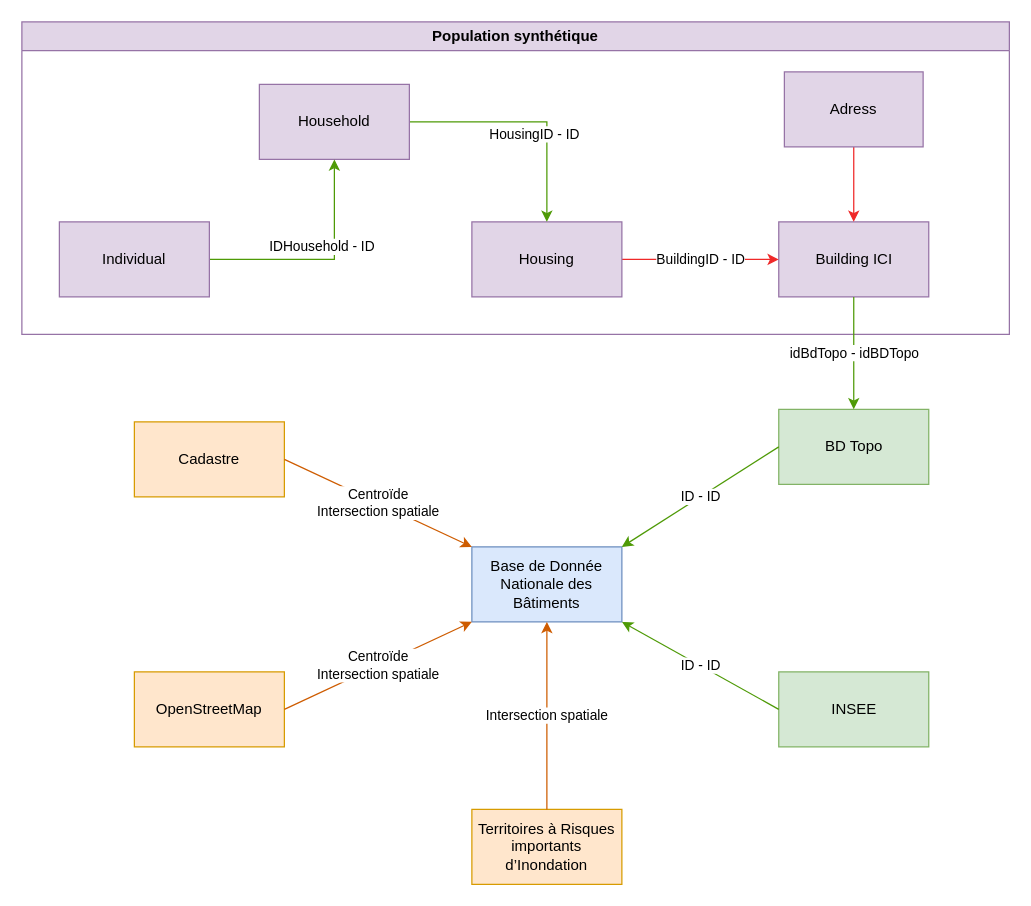
Above: liens_entre_bases.drawio in EnzoVenon/Gemini_numeriques (draw.io), before the change. Source tidied: cells renumbered, new cells numbered last; positions are measured from the earlier drawing's top-left corner, leaving out a move shared by most shapes. Both pictures are drawn from the tidied source at 125%, with x=0, y=0 at pixel (21, 21).
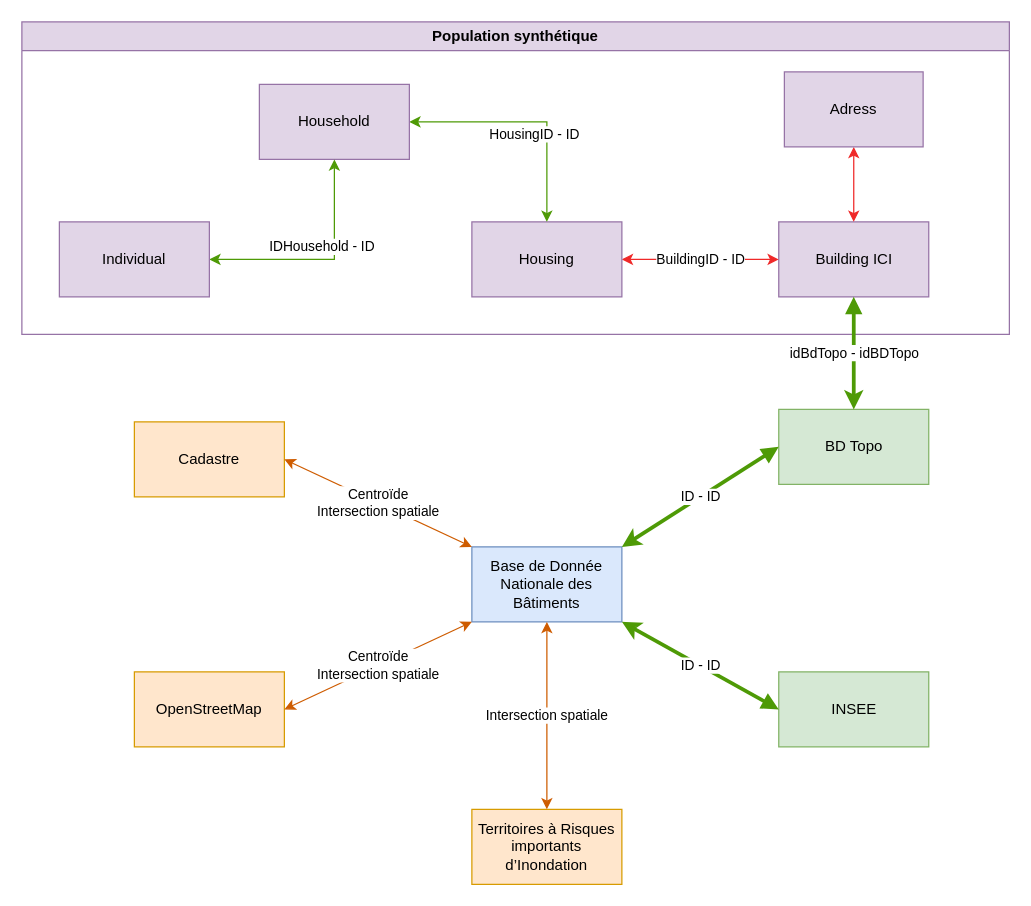
Above is the later version.

Unchanged cells that the change refers to:
```xml
<mxCell id="2" value="Base de Donnée Nationale des Bâtiments" style="rounded=0;whiteSpace=wrap;html=1;fillColor=#dae8fc;strokeColor=#6c8ebf;" parent="1" vertex="1">
  <mxGeometry x="360" y="420" width="120" height="60" as="geometry" />
</mxCell>
<mxCell id="3" value="&lt;div&gt;BD Topo&lt;/div&gt;" style="rounded=0;whiteSpace=wrap;html=1;fillColor=#d5e8d4;strokeColor=#82b366;" parent="1" vertex="1">
  <mxGeometry x="605.5" y="310" width="120" height="60" as="geometry" />
</mxCell>
<mxCell id="4" value="&lt;div&gt;Cadastre&lt;/div&gt;" style="rounded=0;whiteSpace=wrap;html=1;fillColor=#ffe6cc;strokeColor=#d79b00;" parent="1" vertex="1">
  <mxGeometry x="90" y="320" width="120" height="60" as="geometry" />
</mxCell>
<mxCell id="5" value="OpenStreetMap" style="rounded=0;whiteSpace=wrap;html=1;fillColor=#ffe6cc;strokeColor=#d79b00;" parent="1" vertex="1">
  <mxGeometry x="90" y="520" width="120" height="60" as="geometry" />
</mxCell>
<mxCell id="6" value="INSEE" style="rounded=0;whiteSpace=wrap;html=1;fillColor=#d5e8d4;strokeColor=#82b366;" parent="1" vertex="1">
  <mxGeometry x="605.5" y="520" width="120" height="60" as="geometry" />
</mxCell>
<mxCell id="7" value="Territoires à Risques importants d’Inondation" style="rounded=0;whiteSpace=wrap;html=1;fillColor=#ffe6cc;strokeColor=#d79b00;" parent="1" vertex="1">
  <mxGeometry x="360" y="630" width="120" height="60" as="geometry" />
</mxCell>
<mxCell id="13" value="Population synthétique" style="swimlane;whiteSpace=wrap;html=1;fillColor=#e1d5e7;strokeColor=#9673a6;" parent="1" vertex="1">
  <mxGeometry width="790" height="250" as="geometry" />
</mxCell>
<mxCell id="14" value="Building ICI" style="rounded=0;whiteSpace=wrap;html=1;fillColor=#e1d5e7;strokeColor=#9673a6;" parent="13" vertex="1">
  <mxGeometry x="605.5" y="160" width="120" height="60" as="geometry" />
</mxCell>
<mxCell id="16" value="Housing" style="rounded=0;whiteSpace=wrap;html=1;fillColor=#e1d5e7;strokeColor=#9673a6;" parent="13" vertex="1">
  <mxGeometry x="360" y="160" width="120" height="60" as="geometry" />
</mxCell>
<mxCell id="18" value="Household" style="rounded=0;whiteSpace=wrap;html=1;fillColor=#e1d5e7;strokeColor=#9673a6;" parent="13" vertex="1">
  <mxGeometry x="190" y="50" width="120" height="60" as="geometry" />
</mxCell>
<mxCell id="20" value="Individual" style="rounded=0;whiteSpace=wrap;html=1;fillColor=#e1d5e7;strokeColor=#9673a6;" parent="13" vertex="1">
  <mxGeometry x="30" y="160" width="120" height="60" as="geometry" />
</mxCell>
<mxCell id="22" value="Adress" style="rounded=0;whiteSpace=wrap;html=1;fillColor=#e1d5e7;strokeColor=#9673a6;" parent="13" vertex="1">
  <mxGeometry x="610" y="40" width="111" height="60" as="geometry" />
</mxCell>
```

Change to the diagram source:
```diff
@@
-    <mxCell id="8" value="&lt;div&gt;Centroïde &lt;br&gt;&lt;/div&gt;&lt;div&gt;Intersection spatiale&lt;br&gt;&lt;/div&gt;" style="endArrow=classic;html=1;rounded=0;exitX=1;exitY=0.5;exitDx=0;exitDy=0;entryX=0;entryY=0;entryDx=0;entryDy=0;strokeColor=#ce5c00;" parent="1" edge="1" source="4" target="2">
+    <mxCell id="8" value="&lt;div&gt;Centroïde &lt;br&gt;&lt;/div&gt;&lt;div&gt;Intersection spatiale&lt;br&gt;&lt;/div&gt;" style="endArrow=classic;html=1;rounded=0;exitX=1;exitY=0.5;exitDx=0;exitDy=0;entryX=0;entryY=0;entryDx=0;entryDy=0;strokeColor=#ce5c00;endFill=1;startArrow=classic;startFill=1;" parent="1" edge="1" source="4" target="2">
       <mxGeometry relative="1" as="geometry" />
     </mxCell>
-    <mxCell id="9" value="ID - ID" style="endArrow=classic;html=1;rounded=0;entryX=1;entryY=0;entryDx=0;entryDy=0;exitX=0;exitY=0.5;exitDx=0;exitDy=0;strokeColor=#4e9a06;" parent="1" edge="1" source="3" target="2">
+    <mxCell id="9" value="ID - ID" style="endArrow=classic;html=1;rounded=0;entryX=1;entryY=0;entryDx=0;entryDy=0;exitX=0;exitY=0.5;exitDx=0;exitDy=0;strokeColor=#4e9a06;strokeWidth=3;endFill=1;startArrow=block;" parent="1" edge="1" source="3" target="2">
       <mxGeometry relative="1" as="geometry" />
     </mxCell>
-    <mxCell id="10" value="Intersection spatiale" style="endArrow=classic;html=1;rounded=0;exitX=0.5;exitY=0;exitDx=0;exitDy=0;entryX=0.5;entryY=1;entryDx=0;entryDy=0;strokeColor=#ce5c00;" parent="1" edge="1" source="7" target="2">
+    <mxCell id="10" value="Intersection spatiale" style="endArrow=classic;html=1;rounded=0;exitX=0.5;exitY=0;exitDx=0;exitDy=0;entryX=0.5;entryY=1;entryDx=0;entryDy=0;strokeColor=#ce5c00;endFill=1;startArrow=classic;startFill=1;" parent="1" edge="1" source="7" target="2">
       <mxGeometry relative="1" as="geometry" />
     </mxCell>
-    <mxCell id="11" value="&lt;div&gt;Centroïde&lt;/div&gt;&lt;div&gt;Intersection spatiale&lt;br&gt;&lt;/div&gt;" style="endArrow=classic;html=1;rounded=0;exitX=1;exitY=0.5;exitDx=0;exitDy=0;entryX=0;entryY=1;entryDx=0;entryDy=0;strokeColor=#ce5c00;" parent="1" edge="1" source="5" target="2">
+    <mxCell id="11" value="&lt;div&gt;Centroïde&lt;/div&gt;&lt;div&gt;Intersection spatiale&lt;br&gt;&lt;/div&gt;" style="endArrow=classic;html=1;rounded=0;exitX=1;exitY=0.5;exitDx=0;exitDy=0;entryX=0;entryY=1;entryDx=0;entryDy=0;strokeColor=#ce5c00;endFill=1;startArrow=classic;startFill=1;" parent="1" edge="1" source="5" target="2">
       <mxGeometry relative="1" as="geometry" />
     </mxCell>
-    <mxCell id="12" value="ID - ID" style="endArrow=classic;html=1;rounded=0;exitX=0;exitY=0.5;exitDx=0;exitDy=0;entryX=1;entryY=1;entryDx=0;entryDy=0;strokeColor=#4e9a06;" parent="1" edge="1" source="6" target="2">
+    <mxCell id="12" value="ID - ID" style="endArrow=classic;html=1;rounded=0;exitX=0;exitY=0.5;exitDx=0;exitDy=0;entryX=1;entryY=1;entryDx=0;entryDy=0;strokeColor=#4e9a06;strokeWidth=3;endFill=1;startArrow=block;" parent="1" edge="1" source="6" target="2">
       <mxGeometry relative="1" as="geometry" />
     </mxCell>
@@
-    <mxCell id="15" value="BuildingID - ID" style="edgeStyle=orthogonalEdgeStyle;rounded=0;jettySize=auto;html=1;exitX=1;exitY=0.5;exitDx=0;exitDy=0;entryX=0;entryY=0.5;entryDx=0;entryDy=0;strokeColor=#ef2929;" parent="13" edge="1" source="16" target="14">
+    <mxCell id="15" value="BuildingID - ID" style="edgeStyle=orthogonalEdgeStyle;rounded=0;jettySize=auto;html=1;exitX=1;exitY=0.5;exitDx=0;exitDy=0;entryX=0;entryY=0.5;entryDx=0;entryDy=0;strokeColor=#ef2929;endArrow=classic;endFill=1;startArrow=classic;startFill=1;" parent="13" edge="1" source="16" target="14">
       <mxGeometry relative="1" as="geometry" />
     </mxCell>
@@
-    <mxCell id="17" value="HousingID - ID" style="edgeStyle=orthogonalEdgeStyle;rounded=0;jettySize=auto;html=1;exitX=1;exitY=0.5;exitDx=0;exitDy=0;entryX=0.5;entryY=0;entryDx=0;entryDy=0;strokeColor=#4e9a06;" parent="13" edge="1" source="18" target="16">
+    <mxCell id="17" value="HousingID - ID" style="edgeStyle=orthogonalEdgeStyle;rounded=0;jettySize=auto;html=1;exitX=1;exitY=0.5;exitDx=0;exitDy=0;entryX=0.5;entryY=0;entryDx=0;entryDy=0;strokeColor=#4e9a06;endArrow=classic;endFill=1;startArrow=classic;startFill=1;" parent="13" edge="1" source="18" target="16">
       <mxGeometry x="0.26" y="-10" relative="1" as="geometry" />
     </mxCell>
@@
-    <mxCell id="19" value="IDHousehold - ID" style="edgeStyle=orthogonalEdgeStyle;rounded=0;jettySize=auto;html=1;exitX=1;exitY=0.5;exitDx=0;exitDy=0;entryX=0.5;entryY=1;entryDx=0;entryDy=0;strokeColor=#4E9A06;" parent="13" edge="1" source="20" target="18">
+    <mxCell id="19" value="IDHousehold - ID" style="edgeStyle=orthogonalEdgeStyle;rounded=0;jettySize=auto;html=1;exitX=1;exitY=0.5;exitDx=0;exitDy=0;entryX=0.5;entryY=1;entryDx=0;entryDy=0;strokeColor=#4E9A06;endArrow=classic;endFill=1;startArrow=classic;startFill=1;" parent="13" edge="1" source="20" target="18">
       <mxGeometry x="0.22" y="10" relative="1" as="geometry" />
     </mxCell>
@@
-    <mxCell id="21" style="edgeStyle=orthogonalEdgeStyle;rounded=0;jettySize=auto;html=1;exitX=0.5;exitY=1;exitDx=0;exitDy=0;strokeColor=#ef2929;" parent="13" edge="1" source="22" target="14">
+    <mxCell id="21" style="edgeStyle=orthogonalEdgeStyle;rounded=0;jettySize=auto;html=1;exitX=0.5;exitY=1;exitDx=0;exitDy=0;strokeColor=#ef2929;endArrow=classic;endFill=1;startArrow=classic;startFill=1;" parent="13" edge="1" source="22" target="14">
       <mxGeometry relative="1" as="geometry" />
     </mxCell>
@@
-    <mxCell id="23" value="&lt;div&gt;idBdTopo - idBDTopo&lt;/div&gt;" style="edgeStyle=orthogonalEdgeStyle;rounded=0;jettySize=auto;html=1;exitX=0.5;exitY=1;exitDx=0;exitDy=0;entryX=0.5;entryY=0;entryDx=0;entryDy=0;strokeColor=#4e9a06;" parent="1" edge="1" source="14" target="3">
+    <mxCell id="23" value="&lt;div&gt;idBdTopo - idBDTopo&lt;/div&gt;" style="edgeStyle=orthogonalEdgeStyle;rounded=0;jettySize=auto;html=1;exitX=0.5;exitY=1;exitDx=0;exitDy=0;entryX=0.5;entryY=0;entryDx=0;entryDy=0;strokeColor=#4e9a06;strokeWidth=3;endArrow=classic;endFill=1;startArrow=block;" parent="1" edge="1" source="14" target="3">
       <mxGeometry relative="1" as="geometry" />
     </mxCell>
```
